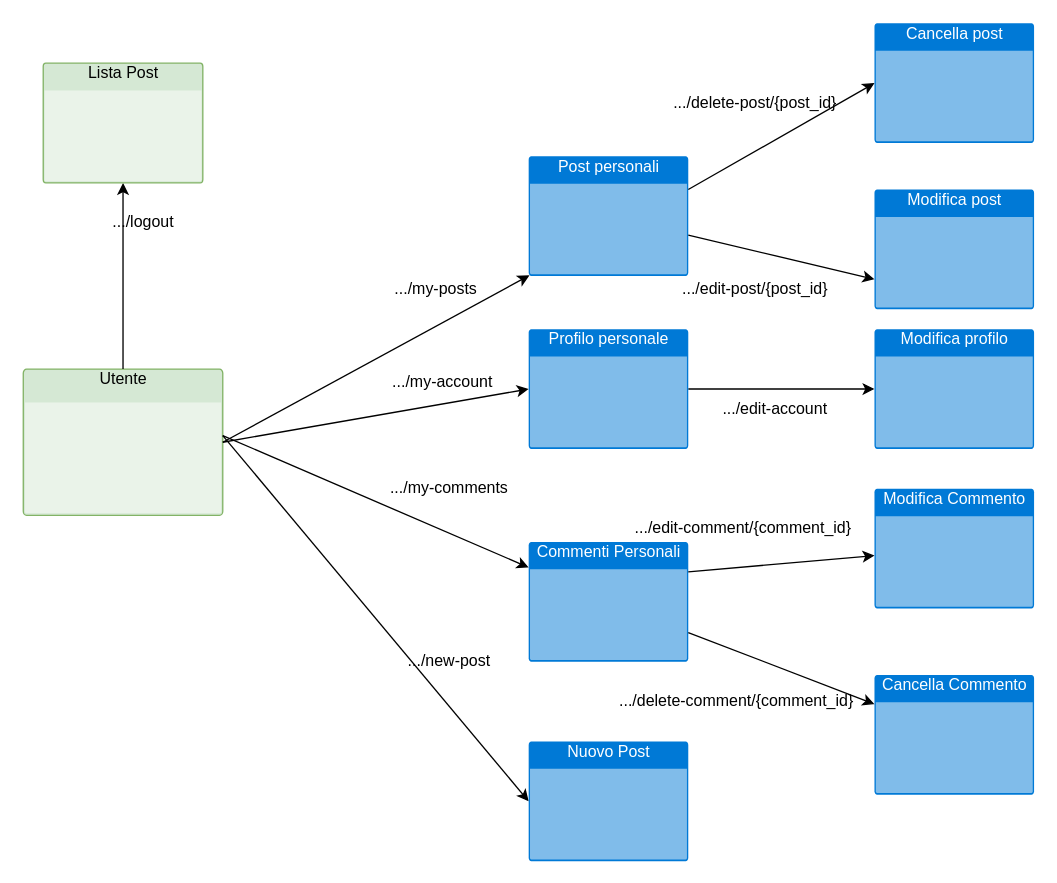
This is page "Utenti autenticati" (2 of 3) of mappa_blog_3.0.drawio from lorenzofratini1998/ADVProgramming_Project, a draw.io file, before an edit. Source tidied: cells renumbered, new cells numbered last; positions are measured from the earlier drawing's top-left corner, leaving out a move shared by most shapes. Both pictures are drawn from the tidied source at 133%, with x=0, y=0 at pixel (23, 23).
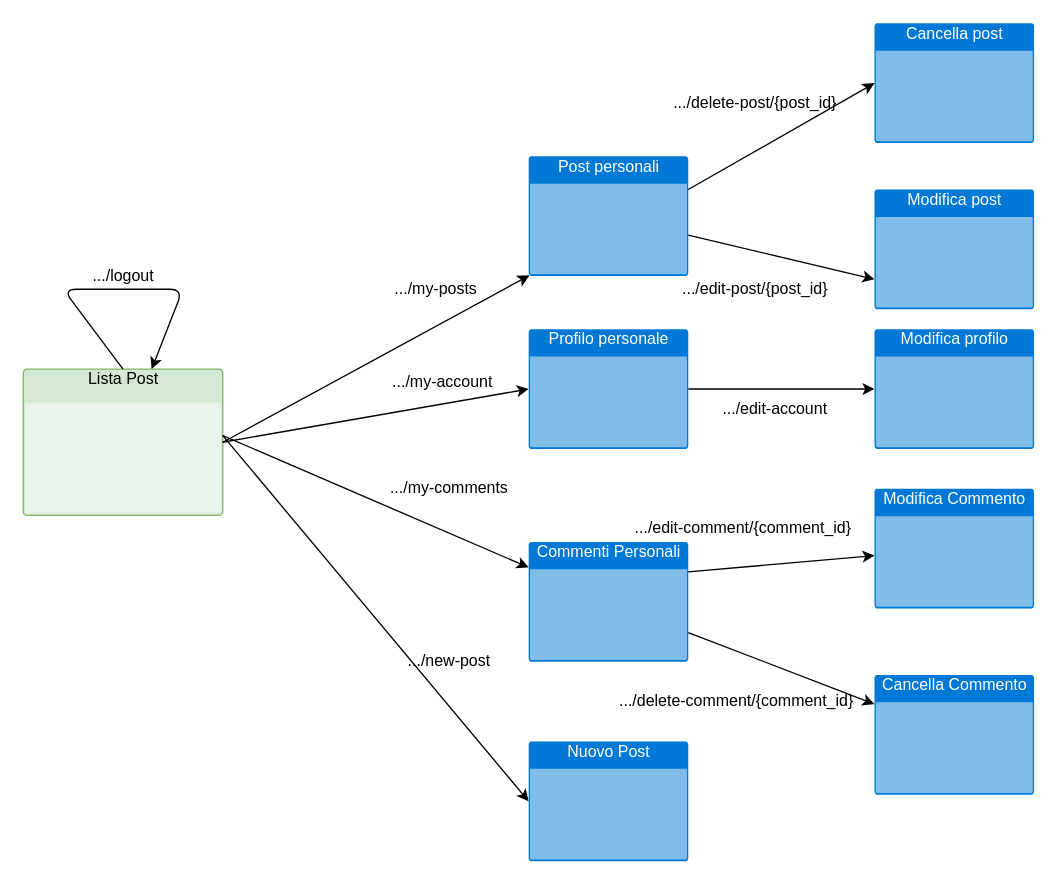
The same diagram, later.

What changed in the source:
```diff
@@
-    <mxCell id="2" value="Utente" style="html=1;strokeColor=#82b366;fillColor=#d5e8d4;labelPosition=center;verticalLabelPosition=middle;verticalAlign=top;align=center;fontSize=12;outlineConnect=0;spacingTop=-6;shape=mxgraph.sitemap.page;" parent="1" vertex="1">
+    <mxCell id="2" value="Lista Post" style="html=1;strokeColor=#82b366;fillColor=#d5e8d4;labelPosition=center;verticalLabelPosition=middle;verticalAlign=top;align=center;fontSize=12;outlineConnect=0;spacingTop=-6;shape=mxgraph.sitemap.page;" parent="1" vertex="1">
       <mxGeometry y="260" width="150" height="110" as="geometry" />
     </mxCell>
@@
-    <mxCell id="6" style="endArrow=classic;html=1;entryX=0.5;entryY=1;entryDx=0;entryDy=0;entryPerimeter=0;exitX=0.5;exitY=0;exitDx=0;exitDy=0;exitPerimeter=0;" parent="1" edge="1" source="2" target="9">
-      <mxGeometry relative="1" as="geometry" />
+    <mxCell id="6" style="endArrow=classic;html=1;exitX=0.5;exitY=0;exitDx=0;exitDy=0;exitPerimeter=0;" parent="1" edge="1" source="2" target="2">
+      <mxGeometry relative="1" as="geometry">
+        <Array as="points">
+          <mxPoint x="120" y="200" />
+        </Array>
+      </mxGeometry>
     </mxCell>
     <mxCell id="7" value=".../logout" style="text;html=1;align=center;verticalAlign=middle;" parent="1" vertex="1">
-      <mxGeometry x="60" y="140" width="60" height="20" as="geometry" />
+      <mxGeometry x="45" y="180" width="60" height="20" as="geometry" />
     </mxCell>
@@
-    <mxCell id="9" value="Lista Post&lt;br&gt;" style="html=1;strokeColor=#82b366;fillColor=#d5e8d4;labelPosition=center;verticalLabelPosition=middle;verticalAlign=top;align=center;fontSize=12;outlineConnect=0;spacingTop=-6;shape=mxgraph.sitemap.page;" parent="1" vertex="1">
-      <mxGeometry x="15" y="30" width="120" height="90" as="geometry" />
-    </mxCell>
```
